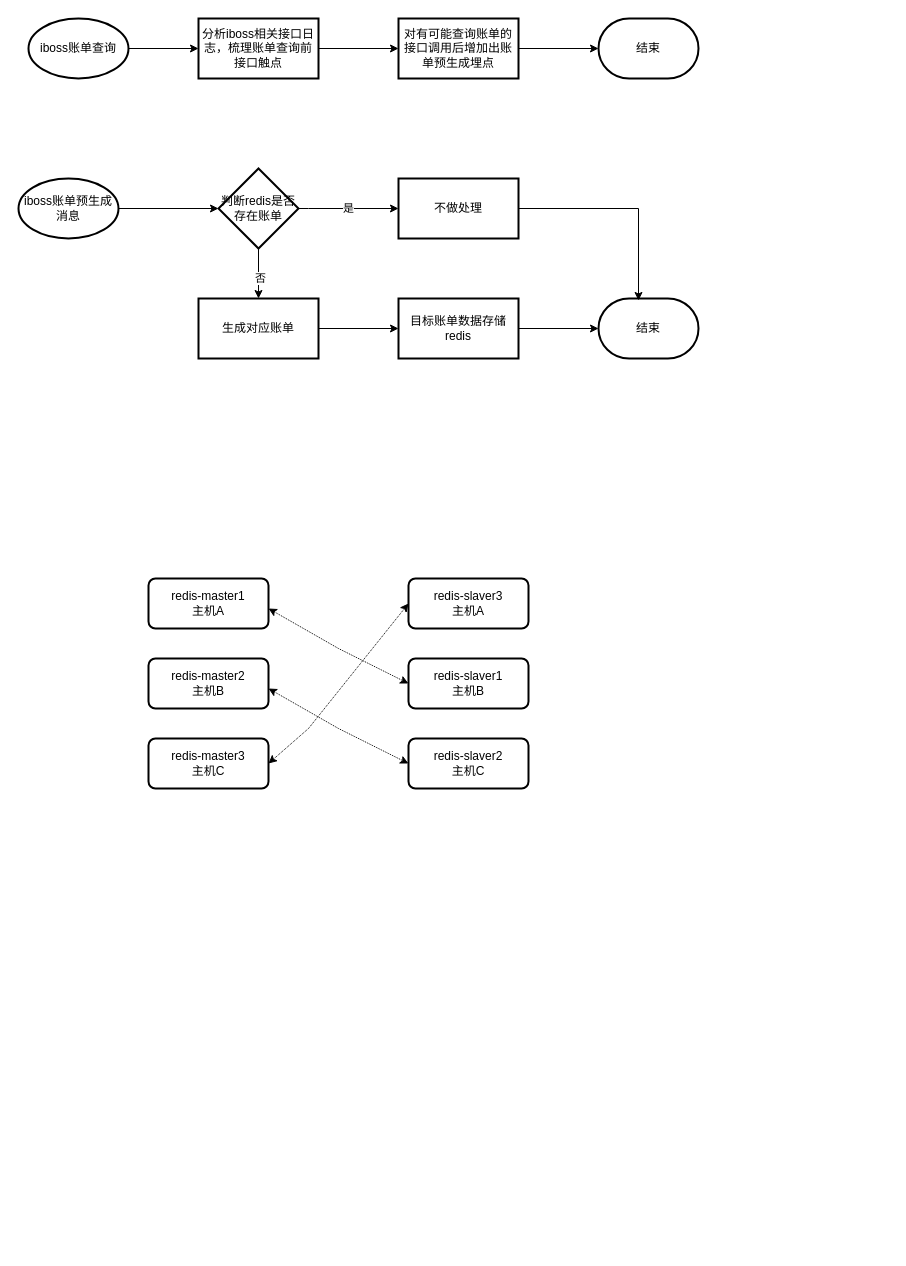
315944211/doc keeps this draw.io diagram as 账单查询性能优化.drawio. Above is the earlier version. Source tidied: cells renumbered, new cells numbered last; positions are measured from the earlier drawing's top-left corner, leaving out a move shared by most shapes. Both pictures are drawn from the tidied source at 100%, with x=0, y=0 at pixel (18, 18).
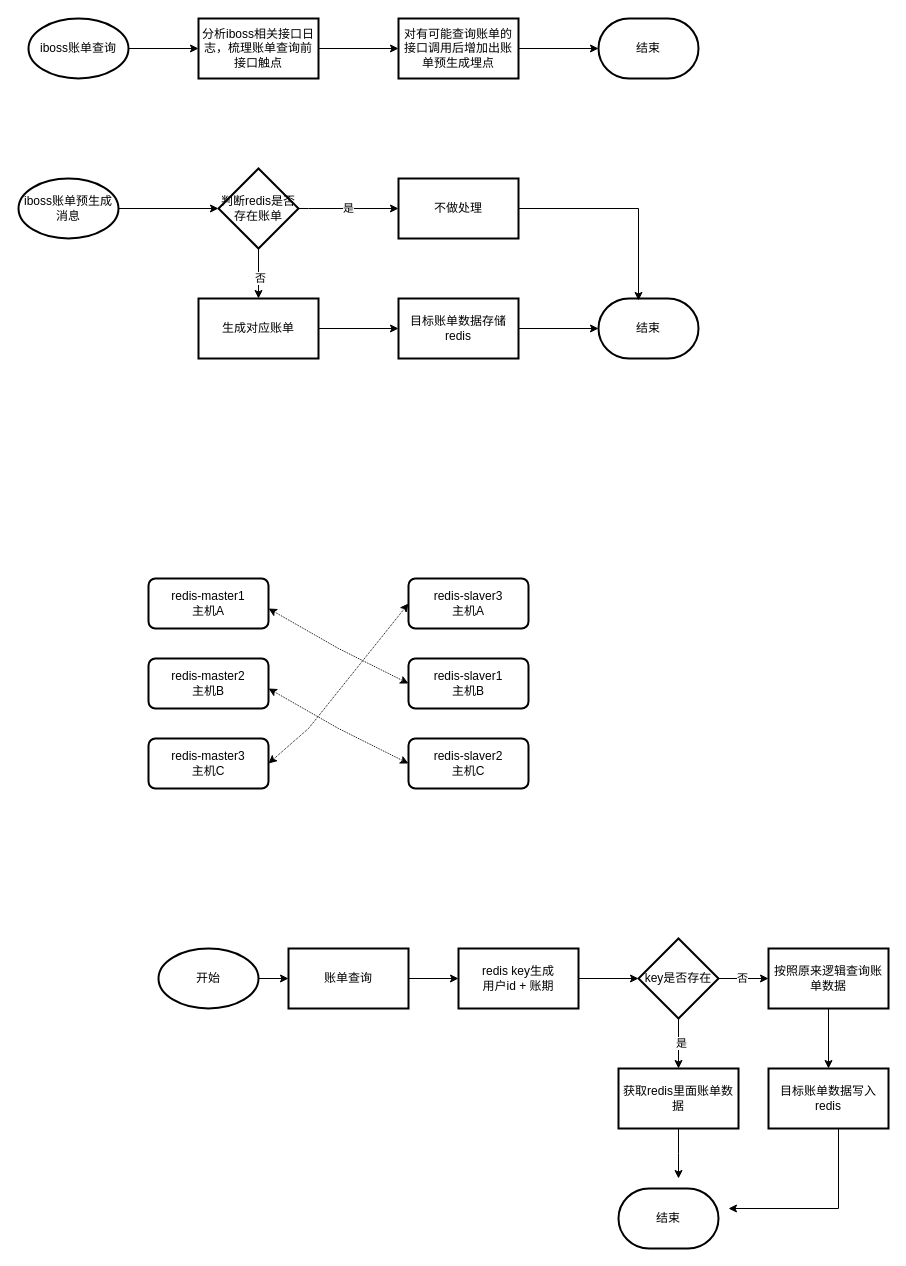
After the change.

Commit message (it also covers changes not shown here):
更新账单查询性能优化.drawio

Diff of the diagram source:
```diff
@@
+    <mxCell id="31" style="edgeStyle=orthogonalEdgeStyle;rounded=0;jettySize=auto;html=1;" parent="1" edge="1" source="32" target="34">
+      <mxGeometry relative="1" as="geometry" />
+    </mxCell>
+    <mxCell id="32" value="开始" style="strokeWidth=2;html=1;shape=mxgraph.flowchart.start_1;whiteSpace=wrap;" parent="1" vertex="1">
+      <mxGeometry x="140" y="930" width="100" height="60" as="geometry" />
+    </mxCell>
+    <mxCell id="33" style="edgeStyle=orthogonalEdgeStyle;rounded=0;jettySize=auto;html=1;" parent="1" edge="1" source="34" target="36">
+      <mxGeometry relative="1" as="geometry" />
+    </mxCell>
+    <mxCell id="34" value="账单查询" style="whiteSpace=wrap;html=1;strokeWidth=2;" parent="1" vertex="1">
+      <mxGeometry x="270" y="930" width="120" height="60" as="geometry" />
+    </mxCell>
+    <mxCell id="35" style="edgeStyle=orthogonalEdgeStyle;rounded=0;jettySize=auto;html=1;" parent="1" edge="1" source="36" target="41">
+      <mxGeometry relative="1" as="geometry" />
+    </mxCell>
+    <mxCell id="36" value="redis key生成&lt;br&gt;用户id + 账期" style="whiteSpace=wrap;html=1;strokeWidth=2;" parent="1" vertex="1">
+      <mxGeometry x="440" y="930" width="120" height="60" as="geometry" />
+    </mxCell>
+    <mxCell id="37" style="edgeStyle=orthogonalEdgeStyle;rounded=0;jettySize=auto;html=1;" parent="1" edge="1" source="41" target="43">
+      <mxGeometry relative="1" as="geometry" />
+    </mxCell>
+    <mxCell id="38" value="是" style="edgeLabel;html=1;align=center;verticalAlign=middle;" parent="37" vertex="1">
+      <mxGeometry x="-0.04" y="2" relative="1" as="geometry" />
+    </mxCell>
+    <mxCell id="39" style="edgeStyle=orthogonalEdgeStyle;rounded=0;jettySize=auto;html=1;" parent="1" edge="1" source="41" target="45">
+      <mxGeometry relative="1" as="geometry" />
+    </mxCell>
+    <mxCell id="40" value="否" style="edgeLabel;html=1;align=center;verticalAlign=middle;" parent="39" vertex="1">
+      <mxGeometry x="-0.08" y="1" relative="1" as="geometry" />
+    </mxCell>
+    <mxCell id="41" value="key是否存在" style="rhombus;whiteSpace=wrap;html=1;strokeWidth=2;" parent="1" vertex="1">
+      <mxGeometry x="620" y="920" width="80" height="80" as="geometry" />
+    </mxCell>
+    <mxCell id="42" style="edgeStyle=orthogonalEdgeStyle;rounded=0;jettySize=auto;html=1;" parent="1" edge="1" source="43">
+      <mxGeometry relative="1" as="geometry">
+        <mxPoint x="660" y="1160" as="targetPoint" />
+      </mxGeometry>
+    </mxCell>
+    <mxCell id="43" value="获取redis里面账单数据" style="whiteSpace=wrap;html=1;strokeWidth=2;" parent="1" vertex="1">
+      <mxGeometry x="600" y="1050" width="120" height="60" as="geometry" />
+    </mxCell>
+    <mxCell id="44" style="edgeStyle=orthogonalEdgeStyle;rounded=0;jettySize=auto;html=1;" parent="1" edge="1" source="45" target="46">
+      <mxGeometry relative="1" as="geometry" />
+    </mxCell>
+    <mxCell id="45" value="按照原来逻辑查询账单数据" style="whiteSpace=wrap;html=1;strokeWidth=2;" parent="1" vertex="1">
+      <mxGeometry x="750" y="930" width="120" height="60" as="geometry" />
+    </mxCell>
+    <mxCell id="46" value="目标账单数据写入redis" style="whiteSpace=wrap;html=1;strokeWidth=2;" parent="1" vertex="1">
+      <mxGeometry x="750" y="1050" width="120" height="60" as="geometry" />
+    </mxCell>
+    <mxCell id="47" style="edgeStyle=orthogonalEdgeStyle;rounded=0;jettySize=auto;html=1;entryX=1;entryY=0.5;entryDx=0;entryDy=0;entryPerimeter=0;" parent="1" edge="1" source="46">
+      <mxGeometry relative="1" as="geometry">
+        <mxPoint x="710" y="1190" as="targetPoint" />
+        <Array as="points">
+          <mxPoint x="820" y="1190" />
+        </Array>
+      </mxGeometry>
+    </mxCell>
+    <mxCell id="48" value="结束" style="strokeWidth=2;html=1;shape=mxgraph.flowchart.terminator;whiteSpace=wrap;" parent="1" vertex="1">
+      <mxGeometry x="600" y="1170" width="100" height="60" as="geometry" />
+    </mxCell>
```
